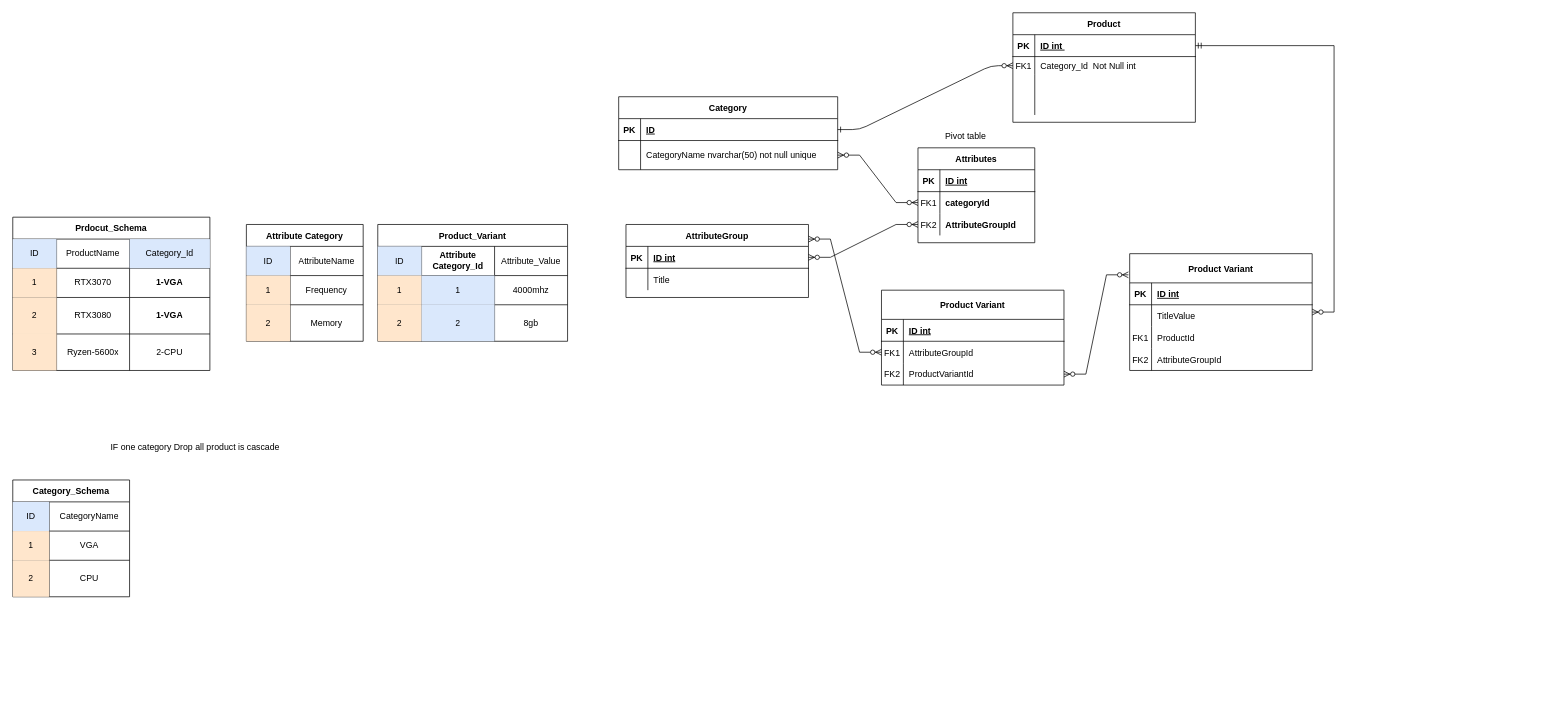
Before: Untitled Diagram.drawio in MajidRad/Diagrams, a draw.io diagram. Source tidied: cells renumbered, new cells numbered last; positions are measured from the earlier drawing's top-left corner, leaving out a move shared by most shapes. Both pictures are drawn from the tidied source at 73%, with x=0, y=0 at pixel (12, 12).
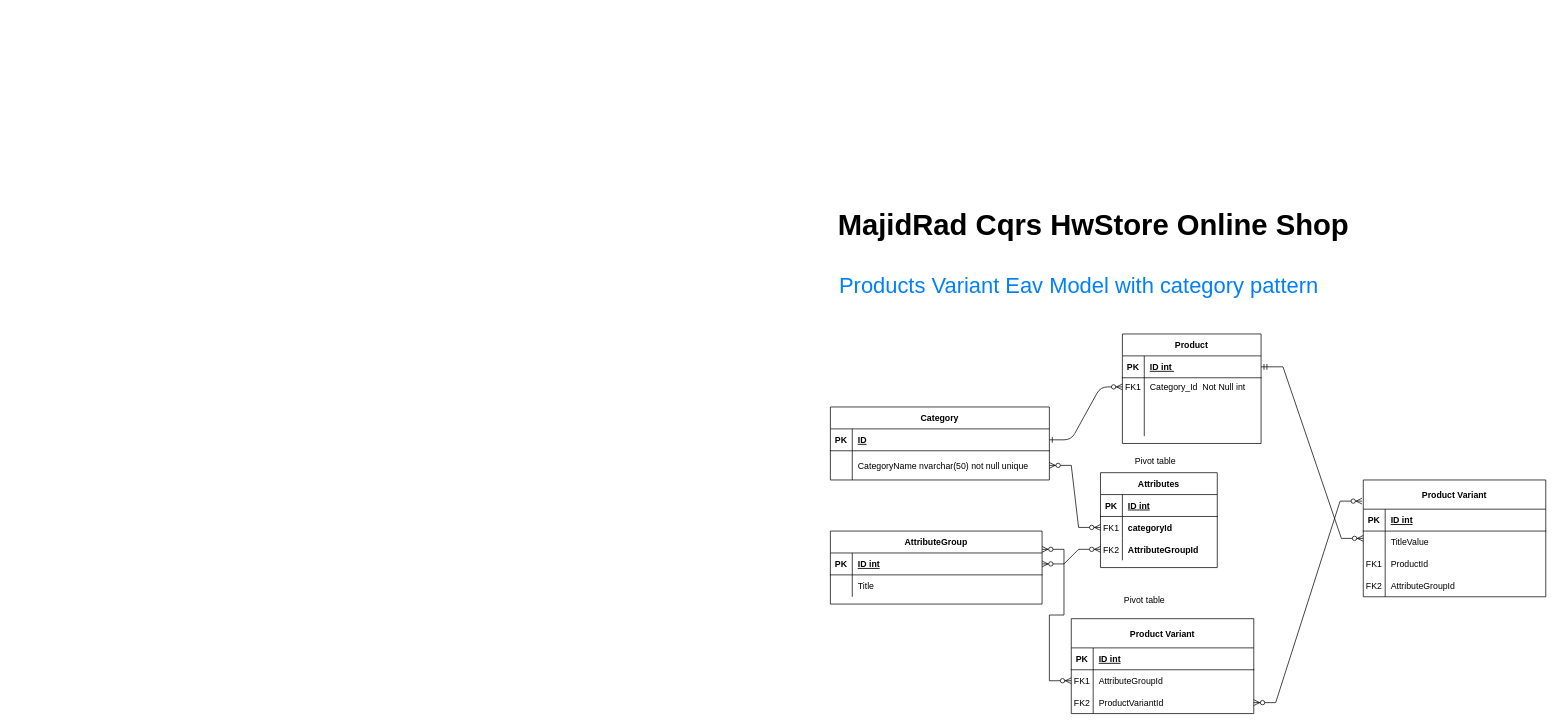
After the change.

Commit message:
Products Variant Eav Model with category pattern

Unchanged cells that the change refers to:
```xml
<mxCell id="109" style="shape=partialRectangle;fillColor=none;points=[[0,0.5],[1,0.5]];portConstraint=eastwest;top=0;left=0;right=0;bottom=0;" parent="105" vertex="1">
  <mxGeometry y="70" width="250" height="30" as="geometry" />
</mxCell>
<mxCell id="112" style="shape=partialRectangle;fillColor=none;points=[[0,0.5],[1,0.5]];portConstraint=eastwest;top=0;left=0;right=0;bottom=0;" parent="105" vertex="1">
  <mxGeometry y="100" width="250" height="30" as="geometry" />
</mxCell>
```

What changed in the source:
```diff
@@
     <mxCell id="3" value="Product" style="shape=table;startSize=30;childLayout=tableLayout;rowLines=0;fontStyle=1;align=center;" parent="1" vertex="1">
-      <mxGeometry x="1370" width="250" height="150" as="geometry" />
+      <mxGeometry x="1520" y="440" width="190" height="150" as="geometry" />
     </mxCell>
     <mxCell id="4" style="shape=partialRectangle;fillColor=none;points=[[0,0.5],[1,0.5]];portConstraint=eastwest;top=0;left=0;right=0;bottom=1;" parent="3" vertex="1">
-      <mxGeometry y="30" width="250" height="30" as="geometry" />
+      <mxGeometry y="30" width="190" height="30" as="geometry" />
     </mxCell>
@@
     <mxCell id="6" value="ID int " style="shape=partialRectangle;overflow=hidden;fillColor=none;top=0;left=0;bottom=0;right=0;align=left;spacingLeft=6;fontStyle=5;" parent="4" vertex="1">
-      <mxGeometry x="30" width="220" height="30" as="geometry" />
+      <mxGeometry x="30" width="160" height="30" as="geometry" />
     </mxCell>
     <mxCell id="7" style="shape=partialRectangle;fillColor=none;points=[[0,0.5],[1,0.5]];portConstraint=eastwest;top=0;left=0;right=0;bottom=0;" parent="3" vertex="1">
-      <mxGeometry y="60" width="250" height="25" as="geometry" />
+      <mxGeometry y="60" width="190" height="25" as="geometry" />
     </mxCell>
@@
     <mxCell id="9" value="Category_Id  Not Null int" style="shape=partialRectangle;overflow=hidden;fillColor=none;top=0;left=0;bottom=0;right=0;align=left;spacingLeft=6;" parent="7" vertex="1">
-      <mxGeometry x="30" width="220" height="25" as="geometry" />
+      <mxGeometry x="30" width="160" height="25" as="geometry" />
     </mxCell>
     <mxCell id="10" style="shape=partialRectangle;fillColor=none;top=0;left=0;right=0;bottom=0;" parent="3" vertex="1">
-      <mxGeometry y="85" width="250" height="55" as="geometry" />
+      <mxGeometry y="85" width="190" height="55" as="geometry" />
     </mxCell>
@@
     <mxCell id="12" style="shape=partialRectangle;overflow=hidden;fillColor=none;top=0;left=0;bottom=0;right=0;align=left;spacingLeft=6;" parent="10" vertex="1">
-      <mxGeometry x="30" width="220" height="55" as="geometry" />
+      <mxGeometry x="30" width="160" height="55" as="geometry" />
     </mxCell>
     <mxCell id="13" value="Category" style="shape=table;startSize=30;childLayout=tableLayout;rowLines=0;fontStyle=1;align=center;" parent="1" vertex="1">
-      <mxGeometry x="830" y="115" width="300" height="100" as="geometry" />
+      <mxGeometry x="1120" y="540" width="300" height="100" as="geometry" />
     </mxCell>
@@
     <mxCell id="20" value="AttributeGroup" style="shape=table;startSize=30;childLayout=tableLayout;rowLines=0;fontStyle=1;align=center;" parent="1" vertex="1">
-      <mxGeometry x="840" y="290" width="250" height="100" as="geometry" />
+      <mxGeometry x="1120" y="710" width="290" height="100" as="geometry" />
     </mxCell>
     <mxCell id="21" style="shape=partialRectangle;fillColor=none;points=[[0,0.5],[1,0.5]];portConstraint=eastwest;top=0;left=0;right=0;bottom=1;" parent="20" vertex="1">
-      <mxGeometry y="30" width="250" height="30" as="geometry" />
+      <mxGeometry y="30" width="290" height="30" as="geometry" />
     </mxCell>
@@
     <mxCell id="23" value="ID int" style="shape=partialRectangle;overflow=hidden;fillColor=none;top=0;left=0;bottom=0;right=0;align=left;spacingLeft=6;fontStyle=5;" parent="21" vertex="1">
-      <mxGeometry x="30" width="220" height="30" as="geometry" />
+      <mxGeometry x="30" width="260" height="30" as="geometry" />
     </mxCell>
     <mxCell id="24" style="shape=partialRectangle;fillColor=none;top=0;left=0;right=0;bottom=0;" parent="20" vertex="1">
-      <mxGeometry y="60" width="250" height="30" as="geometry" />
+      <mxGeometry y="60" width="290" height="30" as="geometry" />
     </mxCell>
@@
     <mxCell id="26" value="Title" style="shape=partialRectangle;overflow=hidden;fillColor=none;top=0;left=0;bottom=0;right=0;align=left;spacingLeft=6;" parent="24" vertex="1">
-      <mxGeometry x="30" width="220" height="30" as="geometry" />
+      <mxGeometry x="30" width="260" height="30" as="geometry" />
     </mxCell>
-    <mxCell id="27" value="Attribute Category" style="shape=table;startSize=30;childLayout=tableLayout;fontStyle=1;align=center;" parent="1" vertex="1">
-      <mxGeometry x="320" y="290" width="160" height="160" as="geometry" />
-    </mxCell>
-    <mxCell id="28" style="shape=tableRow;horizontal=0;startSize=0;swimlaneHead=0;swimlaneBody=0;top=0;left=0;bottom=0;right=0;fillColor=none;" parent="27" vertex="1">
-      <mxGeometry y="30" width="160" height="40" as="geometry" />
-    </mxCell>
-    <mxCell id="29" value="ID" style="shape=partialRectangle;html=1;whiteSpace=wrap;fillColor=#dae8fc;top=0;left=0;bottom=0;right=0;overflow=hidden;strokeColor=#6c8ebf;" parent="28" vertex="1">
-      <mxGeometry width="60" height="40" as="geometry" />
-    </mxCell>
-    <mxCell id="30" value="&lt;span style=&quot;text-align: left;&quot;&gt;AttributeName&lt;/span&gt;" style="shape=partialRectangle;html=1;whiteSpace=wrap;fillColor=none;top=0;left=0;bottom=0;right=0;overflow=hidden;" parent="28" vertex="1">
-      <mxGeometry x="60" width="100" height="40" as="geometry" />
-    </mxCell>
-    <mxCell id="31" style="shape=tableRow;horizontal=0;startSize=0;swimlaneHead=0;swimlaneBody=0;top=0;left=0;bottom=0;right=0;fillColor=none;" parent="27" vertex="1">
-      <mxGeometry y="70" width="160" height="40" as="geometry" />
-    </mxCell>
-    <mxCell id="32" value="1" style="shape=partialRectangle;html=1;whiteSpace=wrap;fillColor=#ffe6cc;top=0;left=0;bottom=0;right=0;overflow=hidden;strokeColor=#d79b00;" parent="31" vertex="1">
-      <mxGeometry width="60" height="40" as="geometry" />
-    </mxCell>
-    <mxCell id="33" value="Frequency" style="shape=partialRectangle;html=1;whiteSpace=wrap;fillColor=none;top=0;left=0;bottom=0;right=0;overflow=hidden;" parent="31" vertex="1">
-      <mxGeometry x="60" width="100" height="40" as="geometry" />
-    </mxCell>
-    <mxCell id="34" style="shape=tableRow;horizontal=0;startSize=0;swimlaneHead=0;swimlaneBody=0;top=0;left=0;bottom=0;right=0;fillColor=none;" parent="27" vertex="1">
-      <mxGeometry y="110" width="160" height="50" as="geometry" />
-    </mxCell>
-    <mxCell id="35" value="2" style="shape=partialRectangle;html=1;whiteSpace=wrap;fillColor=#ffe6cc;top=0;left=0;bottom=0;right=0;overflow=hidden;strokeColor=#d79b00;" parent="34" vertex="1">
-      <mxGeometry width="60" height="50" as="geometry" />
-    </mxCell>
-    <mxCell id="36" value="Memory" style="shape=partialRectangle;html=1;whiteSpace=wrap;fillColor=none;top=0;left=0;bottom=0;right=0;overflow=hidden;" parent="34" vertex="1">
-      <mxGeometry x="60" width="100" height="50" as="geometry" />
-    </mxCell>
-    <mxCell id="37" value="Category_Schema" style="shape=table;startSize=30;childLayout=tableLayout;fontStyle=1;align=center;" parent="1" vertex="1">
-      <mxGeometry y="640" width="160" height="160" as="geometry" />
-    </mxCell>
-    <mxCell id="38" style="shape=tableRow;horizontal=0;startSize=0;swimlaneHead=0;swimlaneBody=0;top=0;left=0;bottom=0;right=0;fillColor=none;" parent="37" vertex="1">
-      <mxGeometry y="30" width="160" height="40" as="geometry" />
-    </mxCell>
-    <mxCell id="39" value="ID" style="shape=partialRectangle;html=1;whiteSpace=wrap;fillColor=#dae8fc;top=0;left=0;bottom=0;right=0;overflow=hidden;strokeColor=#6c8ebf;" parent="38" vertex="1">
-      <mxGeometry width="50" height="40" as="geometry" />
-    </mxCell>
-    <mxCell id="40" value="&lt;span style=&quot;text-align: left;&quot;&gt;CategoryName&lt;/span&gt;" style="shape=partialRectangle;html=1;whiteSpace=wrap;fillColor=none;top=0;left=0;bottom=0;right=0;overflow=hidden;" parent="38" vertex="1">
-      <mxGeometry x="50" width="110" height="40" as="geometry" />
-    </mxCell>
-    <mxCell id="41" style="shape=tableRow;horizontal=0;startSize=0;swimlaneHead=0;swimlaneBody=0;top=0;left=0;bottom=0;right=0;fillColor=none;" parent="37" vertex="1">
-      <mxGeometry y="70" width="160" height="40" as="geometry" />
-    </mxCell>
-    <mxCell id="42" value="1" style="shape=partialRectangle;html=1;whiteSpace=wrap;fillColor=#ffe6cc;top=0;left=0;bottom=0;right=0;overflow=hidden;strokeColor=#d79b00;" parent="41" vertex="1">
-      <mxGeometry width="50" height="40" as="geometry" />
-    </mxCell>
-    <mxCell id="43" value="VGA" style="shape=partialRectangle;html=1;whiteSpace=wrap;fillColor=none;top=0;left=0;bottom=0;right=0;overflow=hidden;" parent="41" vertex="1">
-      <mxGeometry x="50" width="110" height="40" as="geometry" />
-    </mxCell>
-    <mxCell id="44" style="shape=tableRow;horizontal=0;startSize=0;swimlaneHead=0;swimlaneBody=0;top=0;left=0;bottom=0;right=0;fillColor=none;" parent="37" vertex="1">
-      <mxGeometry y="110" width="160" height="50" as="geometry" />
-    </mxCell>
-    <mxCell id="45" value="2" style="shape=partialRectangle;html=1;whiteSpace=wrap;fillColor=#ffe6cc;top=0;left=0;bottom=0;right=0;overflow=hidden;strokeColor=#d79b00;" parent="44" vertex="1">
-      <mxGeometry width="50" height="50" as="geometry" />
-    </mxCell>
-    <mxCell id="46" value="CPU" style="shape=partialRectangle;html=1;whiteSpace=wrap;fillColor=none;top=0;left=0;bottom=0;right=0;overflow=hidden;" parent="44" vertex="1">
-      <mxGeometry x="50" width="110" height="50" as="geometry" />
-    </mxCell>
-    <mxCell id="47" value="Prdocut_Schema" style="shape=table;startSize=30;childLayout=tableLayout;fontStyle=1;align=center;" parent="1" vertex="1">
-      <mxGeometry y="280" width="270" height="210" as="geometry" />
-    </mxCell>
-    <mxCell id="48" style="shape=tableRow;horizontal=0;startSize=0;swimlaneHead=0;swimlaneBody=0;top=0;left=0;bottom=0;right=0;fillColor=none;" parent="47" vertex="1">
-      <mxGeometry y="30" width="270" height="40" as="geometry" />
-    </mxCell>
-    <mxCell id="49" value="ID" style="shape=partialRectangle;html=1;whiteSpace=wrap;fillColor=#dae8fc;top=0;left=0;bottom=0;right=0;overflow=hidden;strokeColor=#6c8ebf;" parent="48" vertex="1">
-      <mxGeometry width="60" height="40" as="geometry" />
-    </mxCell>
-    <mxCell id="50" value="&lt;div style=&quot;text-align: left;&quot;&gt;&lt;span style=&quot;background-color: initial;&quot;&gt;ProductName&lt;/span&gt;&lt;/div&gt;" style="shape=partialRectangle;html=1;whiteSpace=wrap;fillColor=none;top=0;left=0;bottom=0;right=0;overflow=hidden;" parent="48" vertex="1">
-      <mxGeometry x="60" width="100" height="40" as="geometry" />
-    </mxCell>
-    <mxCell id="51" value="&lt;span style=&quot;text-align: left;&quot;&gt;Category_Id&lt;/span&gt;" style="shape=partialRectangle;html=1;whiteSpace=wrap;fillColor=#dae8fc;top=0;left=0;bottom=0;right=0;overflow=hidden;strokeColor=#6c8ebf;" parent="48" vertex="1">
-      <mxGeometry x="160" width="110" height="40" as="geometry" />
-    </mxCell>
-    <mxCell id="52" style="shape=tableRow;horizontal=0;startSize=0;swimlaneHead=0;swimlaneBody=0;top=0;left=0;bottom=0;right=0;fillColor=none;" parent="47" vertex="1">
-      <mxGeometry y="70" width="270" height="40" as="geometry" />
-    </mxCell>
-    <mxCell id="53" value="1" style="shape=partialRectangle;html=1;whiteSpace=wrap;fillColor=#ffe6cc;top=0;left=0;bottom=0;right=0;overflow=hidden;strokeColor=#d79b00;" parent="52" vertex="1">
-      <mxGeometry width="60" height="40" as="geometry" />
-    </mxCell>
-    <mxCell id="54" value="RTX3070" style="shape=partialRectangle;html=1;whiteSpace=wrap;fillColor=none;top=0;left=0;bottom=0;right=0;overflow=hidden;" parent="52" vertex="1">
-      <mxGeometry x="60" width="100" height="40" as="geometry" />
-    </mxCell>
-    <mxCell id="55" value="&lt;b&gt;1-VGA&lt;/b&gt;" style="shape=partialRectangle;html=1;whiteSpace=wrap;fillColor=none;top=0;left=0;bottom=0;right=0;overflow=hidden;" parent="52" vertex="1">
-      <mxGeometry x="160" width="110" height="40" as="geometry" />
-    </mxCell>
-    <mxCell id="56" style="shape=tableRow;horizontal=0;startSize=0;swimlaneHead=0;swimlaneBody=0;top=0;left=0;bottom=0;right=0;fillColor=none;" parent="47" vertex="1">
-      <mxGeometry y="110" width="270" height="50" as="geometry" />
-    </mxCell>
-    <mxCell id="57" value="2" style="shape=partialRectangle;html=1;whiteSpace=wrap;fillColor=#ffe6cc;top=0;left=0;bottom=0;right=0;overflow=hidden;strokeColor=#d79b00;" parent="56" vertex="1">
-      <mxGeometry width="60" height="50" as="geometry" />
-    </mxCell>
-    <mxCell id="58" value="RTX3080" style="shape=partialRectangle;html=1;whiteSpace=wrap;fillColor=none;top=0;left=0;bottom=0;right=0;overflow=hidden;" parent="56" vertex="1">
-      <mxGeometry x="60" width="100" height="50" as="geometry" />
-    </mxCell>
-    <mxCell id="59" value="&lt;b&gt;1-VGA&lt;/b&gt;" style="shape=partialRectangle;html=1;whiteSpace=wrap;fillColor=none;top=0;left=0;bottom=0;right=0;overflow=hidden;" parent="56" vertex="1">
-      <mxGeometry x="160" width="110" height="50" as="geometry" />
-    </mxCell>
-    <mxCell id="60" style="shape=tableRow;horizontal=0;startSize=0;swimlaneHead=0;swimlaneBody=0;top=0;left=0;bottom=0;right=0;fillColor=none;" parent="47" vertex="1">
-      <mxGeometry y="160" width="270" height="50" as="geometry" />
-    </mxCell>
-    <mxCell id="61" value="3" style="shape=partialRectangle;html=1;whiteSpace=wrap;fillColor=#ffe6cc;top=0;left=0;bottom=0;right=0;overflow=hidden;strokeColor=#d79b00;" parent="60" vertex="1">
-      <mxGeometry width="60" height="50" as="geometry" />
-    </mxCell>
-    <mxCell id="62" value="Ryzen-5600x" style="shape=partialRectangle;html=1;whiteSpace=wrap;fillColor=none;top=0;left=0;bottom=0;right=0;overflow=hidden;" parent="60" vertex="1">
-      <mxGeometry x="60" width="100" height="50" as="geometry" />
-    </mxCell>
-    <mxCell id="63" value="2-CPU" style="shape=partialRectangle;html=1;whiteSpace=wrap;fillColor=none;top=0;left=0;bottom=0;right=0;overflow=hidden;" parent="60" vertex="1">
-      <mxGeometry x="160" width="110" height="50" as="geometry" />
-    </mxCell>
-    <mxCell id="64" value="Product_Variant" style="shape=table;startSize=30;childLayout=tableLayout;fontStyle=1;align=center;" parent="1" vertex="1">
-      <mxGeometry x="500" y="290" width="260" height="160" as="geometry" />
-    </mxCell>
-    <mxCell id="65" style="shape=tableRow;horizontal=0;startSize=0;swimlaneHead=0;swimlaneBody=0;top=0;left=0;bottom=0;right=0;fillColor=none;" parent="64" vertex="1">
-      <mxGeometry y="30" width="260" height="40" as="geometry" />
-    </mxCell>
-    <mxCell id="66" value="ID" style="shape=partialRectangle;html=1;whiteSpace=wrap;fillColor=#dae8fc;top=0;left=0;bottom=0;right=0;overflow=hidden;strokeColor=#6c8ebf;" parent="65" vertex="1">
-      <mxGeometry width="60" height="40" as="geometry" />
-    </mxCell>
-    <mxCell id="67" value="&lt;span style=&quot;font-weight: 700;&quot;&gt;Attribute Category_Id&lt;/span&gt;" style="shape=partialRectangle;html=1;whiteSpace=wrap;fillColor=none;top=0;left=0;bottom=0;right=0;overflow=hidden;" parent="65" vertex="1">
-      <mxGeometry x="60" width="100" height="40" as="geometry" />
-    </mxCell>
-    <mxCell id="68" value="&lt;span style=&quot;text-align: left;&quot;&gt;Attribute_Value&lt;/span&gt;" style="shape=partialRectangle;html=1;whiteSpace=wrap;fillColor=none;top=0;left=0;bottom=0;right=0;overflow=hidden;" parent="65" vertex="1">
-      <mxGeometry x="160" width="100" height="40" as="geometry" />
-    </mxCell>
-    <mxCell id="69" style="shape=tableRow;horizontal=0;startSize=0;swimlaneHead=0;swimlaneBody=0;top=0;left=0;bottom=0;right=0;fillColor=none;" parent="64" vertex="1">
-      <mxGeometry y="70" width="260" height="40" as="geometry" />
-    </mxCell>
-    <mxCell id="70" value="1" style="shape=partialRectangle;html=1;whiteSpace=wrap;fillColor=#ffe6cc;top=0;left=0;bottom=0;right=0;overflow=hidden;strokeColor=#d79b00;" parent="69" vertex="1">
-      <mxGeometry width="60" height="40" as="geometry" />
-    </mxCell>
-    <mxCell id="71" value="1" style="shape=partialRectangle;html=1;whiteSpace=wrap;fillColor=#dae8fc;top=0;left=0;bottom=0;right=0;overflow=hidden;strokeColor=#6c8ebf;" parent="69" vertex="1">
-      <mxGeometry x="60" width="100" height="40" as="geometry" />
-    </mxCell>
-    <mxCell id="72" value="4000mhz" style="shape=partialRectangle;html=1;whiteSpace=wrap;fillColor=none;top=0;left=0;bottom=0;right=0;overflow=hidden;" parent="69" vertex="1">
-      <mxGeometry x="160" width="100" height="40" as="geometry" />
-    </mxCell>
-    <mxCell id="73" style="shape=tableRow;horizontal=0;startSize=0;swimlaneHead=0;swimlaneBody=0;top=0;left=0;bottom=0;right=0;fillColor=none;" parent="64" vertex="1">
-      <mxGeometry y="110" width="260" height="50" as="geometry" />
-    </mxCell>
-    <mxCell id="74" value="2" style="shape=partialRectangle;html=1;whiteSpace=wrap;fillColor=#ffe6cc;top=0;left=0;bottom=0;right=0;overflow=hidden;strokeColor=#d79b00;" parent="73" vertex="1">
-      <mxGeometry width="60" height="50" as="geometry" />
-    </mxCell>
-    <mxCell id="75" value="2" style="shape=partialRectangle;html=1;whiteSpace=wrap;fillColor=#dae8fc;top=0;left=0;bottom=0;right=0;overflow=hidden;strokeColor=#6c8ebf;" parent="73" vertex="1">
-      <mxGeometry x="60" width="100" height="50" as="geometry" />
-    </mxCell>
-    <mxCell id="76" value="8gb" style="shape=partialRectangle;html=1;whiteSpace=wrap;fillColor=none;top=0;left=0;bottom=0;right=0;overflow=hidden;" parent="73" vertex="1">
-      <mxGeometry x="160" width="100" height="50" as="geometry" />
-    </mxCell>
-    <mxCell id="77" value="IF one category Drop all product is cascade" style="text;html=1;strokeColor=none;fillColor=none;align=center;verticalAlign=middle;whiteSpace=wrap;rounded=0;" parent="1" vertex="1">
-      <mxGeometry x="30" y="580" width="440" height="30" as="geometry" />
-    </mxCell>
     <mxCell id="78" value="Product Variant" style="shape=table;startSize=40;childLayout=tableLayout;rowLines=0;fontStyle=1;align=center;" parent="1" vertex="1">
-      <mxGeometry x="1530" y="330" width="250" height="160" as="geometry" />
+      <mxGeometry x="1850" y="640" width="250" height="160" as="geometry" />
     </mxCell>
@@
     <mxCell id="92" value="Attributes" style="shape=table;startSize=30;childLayout=tableLayout;rowLines=0;fontStyle=1;align=center;" parent="1" vertex="1">
-      <mxGeometry x="1240" y="185" width="160" height="130" as="geometry" />
+      <mxGeometry x="1490" y="630" width="160" height="130" as="geometry" />
     </mxCell>
@@
     <mxCell id="104" value="Pivot table" style="text;html=1;align=center;verticalAlign=middle;strokeColor=none;fillColor=none;" parent="1" vertex="1">
-      <mxGeometry x="1265" y="155" width="80" height="30" as="geometry" />
+      <mxGeometry x="1525" y="600" width="80" height="30" as="geometry" />
     </mxCell>
     <mxCell id="105" value="Product Variant" style="shape=table;startSize=40;childLayout=tableLayout;rowLines=0;fontStyle=1;align=center;" parent="1" vertex="1">
-      <mxGeometry x="1190" y="380" width="250" height="130" as="geometry" />
+      <mxGeometry x="1450" y="830" width="250" height="130" as="geometry" />
     </mxCell>
@@
-    <mxCell id="115" style="edgeStyle=entityRelationEdgeStyle;fontSize=12;html=1;endArrow=ERzeroToMany;endFill=1;startArrow=ERzeroToMany;rounded=0;entryX=0;entryY=0.5;entryDx=0;entryDy=0;" parent="1" edge="1" target="109">
-      <mxGeometry relative="1" as="geometry">
-        <mxPoint x="1090" y="310" as="sourcePoint" />
-      </mxGeometry>
+    <mxCell id="115" style="edgeStyle=entityRelationEdgeStyle;fontSize=12;html=1;endArrow=ERzeroToMany;endFill=1;startArrow=ERzeroToMany;rounded=0;entryX=0;entryY=0.5;entryDx=0;entryDy=0;exitX=1;exitY=0.25;exitDx=0;exitDy=0;" parent="1" edge="1" source="20" target="109">
+      <mxGeometry relative="1" as="geometry" />
     </mxCell>
-    <mxCell id="116" style="edgeStyle=entityRelationEdgeStyle;fontSize=12;html=1;endArrow=ERzeroToMany;endFill=1;startArrow=ERzeroToMany;rounded=0;entryX=-0.007;entryY=0.181;entryDx=0;entryDy=0;entryPerimeter=0;" parent="1" edge="1" target="78">
-      <mxGeometry relative="1" as="geometry">
-        <mxPoint x="1440" y="495" as="sourcePoint" />
-      </mxGeometry>
+    <mxCell id="116" style="edgeStyle=entityRelationEdgeStyle;fontSize=12;html=1;endArrow=ERzeroToMany;endFill=1;startArrow=ERzeroToMany;rounded=0;entryX=-0.007;entryY=0.181;entryDx=0;entryDy=0;entryPerimeter=0;exitX=1;exitY=0.5;exitDx=0;exitDy=0;" parent="1" edge="1" source="112" target="78">
+      <mxGeometry relative="1" as="geometry" />
     </mxCell>
+    <mxCell id="117" value="Pivot table" style="text;html=1;align=center;verticalAlign=middle;strokeColor=none;fillColor=none;" parent="1" vertex="1">
+      <mxGeometry x="1510" y="790" width="80" height="30" as="geometry" />
+    </mxCell>
+    <mxCell id="118" value="&lt;b&gt;&lt;font style=&quot;font-size: 40px;&quot;&gt;MajidRad Cqrs HwStore Online Shop&lt;/font&gt;&lt;/b&gt;" style="text;html=1;align=center;verticalAlign=middle;strokeColor=none;fillColor=none;" parent="1" vertex="1">
+      <mxGeometry x="1120" y="260" width="720" height="60" as="geometry" />
+    </mxCell>
+    <mxCell id="119" value="&lt;font color=&quot;#007fff&quot; style=&quot;font-size: 30px;&quot;&gt;Products Variant Eav Model with category pattern&lt;/font&gt;" style="text;html=1;align=center;verticalAlign=middle;strokeColor=none;fillColor=none;fontSize=40;" parent="1" vertex="1">
+      <mxGeometry x="1120" y="340" width="680" height="60" as="geometry" />
+    </mxCell>
```
